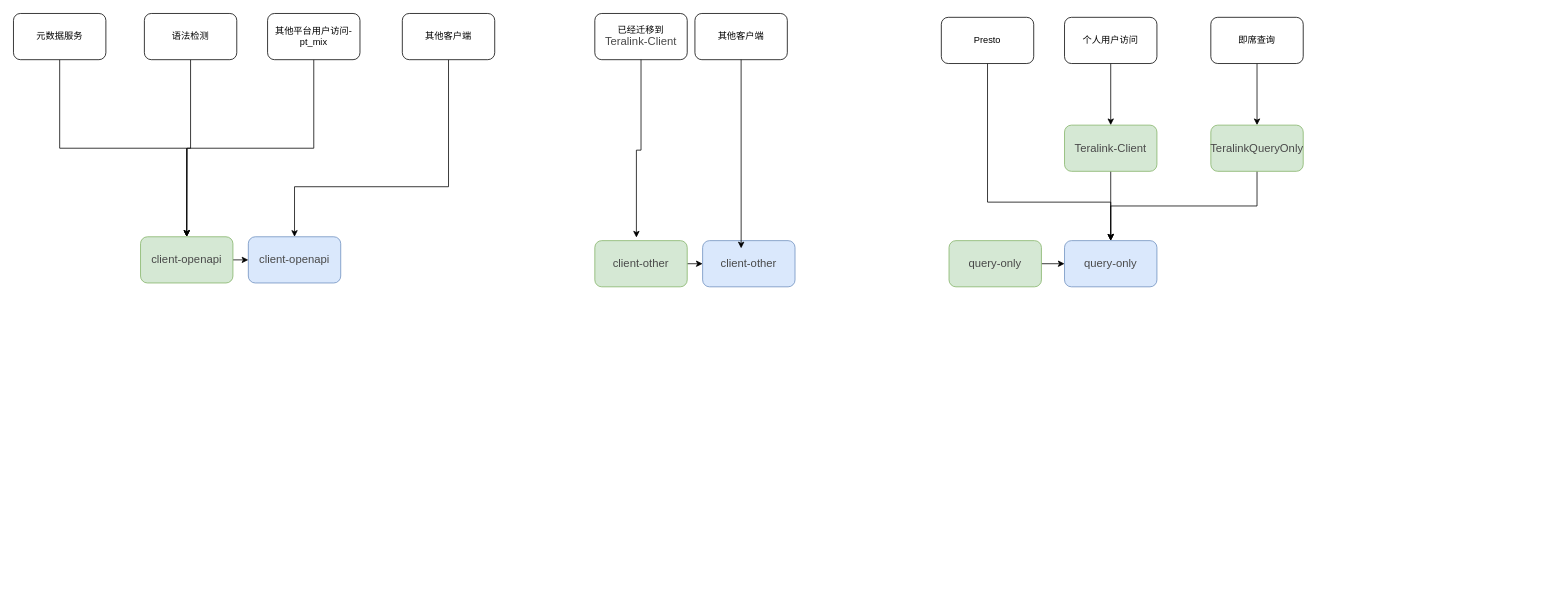
ic4y/diagrams keeps this draw.io diagram as teralink网络拓扑.drawio. Above is the earlier version. Source tidied: cells renumbered, new cells numbered last; positions are measured from the earlier drawing's top-left corner, leaving out a move shared by most shapes. Both pictures are drawn from the tidied source at 77%, with x=0, y=0 at pixel (13, 13).
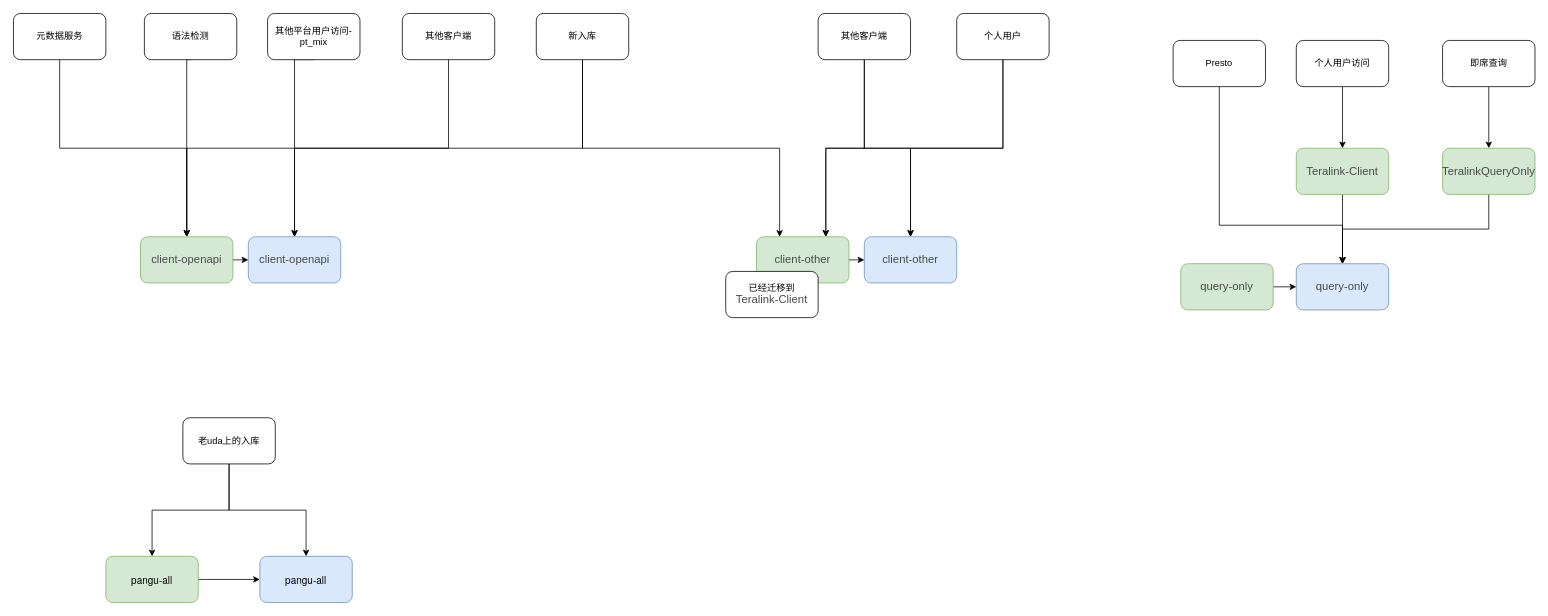
The same diagram, later.

Commit message:
更新teralink网络拓扑.drawio

Unchanged cells that the change refers to:
```xml
<mxCell id="2" value="&lt;span&gt;&lt;p style=&quot;line-height: 100%;margin-bottom: 0pt;margin-top: 0pt;text-align: left;font-size: 11pt;color: #494949;&quot; class=&quot;ql-align-left ql-direction-ltr&quot; align=&quot;left&quot;&gt;&lt;span class=&quot;ql-author-10000003088&quot;&gt;client&lt;/span&gt;&lt;span class=&quot;ql-author-10000000992&quot;&gt;-openapi&lt;/span&gt;&lt;/p&gt;&lt;/span&gt;" style="rounded=1;whiteSpace=wrap;html=1;fillColor=#dae8fc;strokeColor=#6c8ebf;" parent="1" vertex="1">
  <mxGeometry x="305" y="290" width="120" height="60" as="geometry" />
</mxCell>
<mxCell id="6" value="&lt;span&gt;&lt;p style=&quot;line-height: 100%;margin-bottom: 0pt;margin-top: 0pt;text-align: left;font-size: 11pt;color: #494949;&quot; class=&quot;ql-align-left ql-direction-ltr&quot; align=&quot;left&quot;&gt;&lt;span class=&quot;ql-author-10000003088&quot;&gt;client&lt;/span&gt;&lt;span class=&quot;ql-author-10000000992&quot;&gt;-openapi&lt;/span&gt;&lt;/p&gt;&lt;/span&gt;" style="rounded=1;whiteSpace=wrap;html=1;fillColor=#d5e8d4;strokeColor=#82b366;" parent="1" vertex="1">
  <mxGeometry x="165" y="290" width="120" height="60" as="geometry" />
</mxCell>
<mxCell id="16" value="语法检测" style="rounded=1;whiteSpace=wrap;html=1;" parent="1" vertex="1">
  <mxGeometry x="170" width="120" height="60" as="geometry" />
</mxCell>
<mxCell id="22" value="其他平台用户访问-pt_mix" style="rounded=1;whiteSpace=wrap;html=1;" parent="1" vertex="1">
  <mxGeometry x="330" width="120" height="60" as="geometry" />
</mxCell>
<mxCell id="32" value="其他客户端" style="rounded=1;whiteSpace=wrap;html=1;" parent="1" vertex="1">
  <mxGeometry x="505" width="120" height="60" as="geometry" />
</mxCell>
```

The edit, as a diff of the source:
```diff
@@
     <mxCell id="3" value="&lt;span&gt;&lt;p style=&quot;line-height: 100%;margin-bottom: 0pt;margin-top: 0pt;font-size: 11pt;color: #494949;&quot; class=&quot;ql-direction-ltr&quot;&gt;&lt;span class=&quot;ql-author-10000000992&quot;&gt;client-other&lt;/span&gt;&lt;/p&gt;&lt;/span&gt;" style="rounded=1;whiteSpace=wrap;html=1;fillColor=#dae8fc;strokeColor=#6c8ebf;" parent="1" vertex="1">
-      <mxGeometry x="895" y="295" width="120" height="60" as="geometry" />
+      <mxGeometry x="1105" y="290" width="120" height="60" as="geometry" />
     </mxCell>
     <mxCell id="4" value="&lt;span&gt;&lt;p style=&quot;line-height: 100%;margin-bottom: 0pt;margin-top: 0pt;text-align: left;font-size: 11pt;color: #494949;&quot; class=&quot;ql-align-left&quot; align=&quot;left&quot;&gt;&lt;span class=&quot;ql-author-10000003088&quot;&gt;query-only&lt;/span&gt;&lt;/p&gt;&lt;/span&gt;" style="rounded=1;whiteSpace=wrap;html=1;fillColor=#dae8fc;strokeColor=#6c8ebf;" parent="1" vertex="1">
-      <mxGeometry x="1365" y="295" width="120" height="60" as="geometry" />
+      <mxGeometry x="1666" y="325" width="120" height="60" as="geometry" />
     </mxCell>
@@
     <mxCell id="8" value="&lt;span&gt;&lt;p style=&quot;line-height: 100%;margin-bottom: 0pt;margin-top: 0pt;font-size: 11pt;color: #494949;&quot; class=&quot;ql-direction-ltr&quot;&gt;&lt;span class=&quot;ql-author-10000000992&quot;&gt;client-other&lt;/span&gt;&lt;/p&gt;&lt;/span&gt;" style="rounded=1;whiteSpace=wrap;html=1;fillColor=#d5e8d4;strokeColor=#82b366;" parent="1" vertex="1">
-      <mxGeometry x="755" y="295" width="120" height="60" as="geometry" />
+      <mxGeometry x="965" y="290" width="120" height="60" as="geometry" />
     </mxCell>
@@
     <mxCell id="10" value="&lt;span&gt;&lt;p style=&quot;line-height: 100%;margin-bottom: 0pt;margin-top: 0pt;text-align: left;font-size: 11pt;color: #494949;&quot; class=&quot;ql-align-left&quot; align=&quot;left&quot;&gt;&lt;span class=&quot;ql-author-10000003088&quot;&gt;query-only&lt;/span&gt;&lt;/p&gt;&lt;/span&gt;" style="rounded=1;whiteSpace=wrap;html=1;fillColor=#d5e8d4;strokeColor=#82b366;" parent="1" vertex="1">
-      <mxGeometry x="1215" y="295" width="120" height="60" as="geometry" />
+      <mxGeometry x="1516" y="325" width="120" height="60" as="geometry" />
     </mxCell>
@@
     <mxCell id="12" value="即席查询" style="rounded=1;whiteSpace=wrap;html=1;" parent="1" vertex="1">
-      <mxGeometry x="1555" y="5" width="120" height="60" as="geometry" />
+      <mxGeometry x="1856" y="35" width="120" height="60" as="geometry" />
     </mxCell>
@@
     <mxCell id="15" style="edgeStyle=orthogonalEdgeStyle;rounded=0;jettySize=auto;html=1;exitX=0.5;exitY=1;exitDx=0;exitDy=0;entryX=0.5;entryY=0;entryDx=0;entryDy=0;" parent="1" edge="1" source="16" target="6">
-      <mxGeometry relative="1" as="geometry" />
+      <mxGeometry relative="1" as="geometry">
+        <Array as="points">
+          <mxPoint x="225" y="60" />
+        </Array>
+      </mxGeometry>
     </mxCell>
@@
     <mxCell id="18" value="&lt;span&gt;&lt;p style=&quot;line-height: 100%; margin-bottom: 0pt; margin-top: 0pt; text-align: left; font-size: 11pt; color: rgb(73, 73, 73);&quot; class=&quot;ql-align-left&quot; align=&quot;left&quot;&gt;Teralink-Client&lt;/p&gt;&lt;/span&gt;" style="rounded=1;whiteSpace=wrap;html=1;fillColor=#d5e8d4;strokeColor=#82b366;" parent="1" vertex="1">
-      <mxGeometry x="1365" y="145" width="120" height="60" as="geometry" />
+      <mxGeometry x="1666" y="175" width="120" height="60" as="geometry" />
     </mxCell>
@@
     <mxCell id="20" value="&lt;span&gt;&lt;p style=&quot;line-height: 100%; margin-bottom: 0pt; margin-top: 0pt; text-align: left; font-size: 11pt; color: rgb(73, 73, 73);&quot; class=&quot;ql-align-left&quot; align=&quot;left&quot;&gt;TeralinkQueryOnly&lt;/p&gt;&lt;/span&gt;" style="rounded=1;whiteSpace=wrap;html=1;fillColor=#d5e8d4;strokeColor=#82b366;" parent="1" vertex="1">
-      <mxGeometry x="1555" y="145" width="120" height="60" as="geometry" />
+      <mxGeometry x="1856" y="175" width="120" height="60" as="geometry" />
     </mxCell>
     <mxCell id="21" style="edgeStyle=orthogonalEdgeStyle;rounded=0;jettySize=auto;html=1;exitX=0.5;exitY=1;exitDx=0;exitDy=0;" parent="1" edge="1" source="22">
       <mxGeometry relative="1" as="geometry">
         <mxPoint x="225" y="290" as="targetPoint" />
+        <Array as="points">
+          <mxPoint x="365" y="60" />
+          <mxPoint x="365" y="175" />
+          <mxPoint x="225" y="175" />
+        </Array>
       </mxGeometry>
     </mxCell>
@@
     <mxCell id="24" value="个人用户访问" style="rounded=1;whiteSpace=wrap;html=1;" parent="1" vertex="1">
-      <mxGeometry x="1365" y="5" width="120" height="60" as="geometry" />
+      <mxGeometry x="1666" y="35" width="120" height="60" as="geometry" />
     </mxCell>
     <mxCell id="25" style="edgeStyle=orthogonalEdgeStyle;rounded=0;jettySize=auto;html=1;exitX=0.5;exitY=1;exitDx=0;exitDy=0;" parent="1" edge="1" source="26" target="4">
       <mxGeometry relative="1" as="geometry">
         <Array as="points">
-          <mxPoint x="1265" y="245" />
-          <mxPoint x="1425" y="245" />
+          <mxPoint x="1566" y="275" />
+          <mxPoint x="1726" y="275" />
         </Array>
       </mxGeometry>
     </mxCell>
     <mxCell id="26" value="Presto" style="rounded=1;whiteSpace=wrap;html=1;" parent="1" vertex="1">
-      <mxGeometry x="1205" y="5" width="120" height="60" as="geometry" />
+      <mxGeometry x="1506" y="35" width="120" height="60" as="geometry" />
     </mxCell>
+    <mxCell id="33" style="edgeStyle=orthogonalEdgeStyle;rounded=0;jettySize=auto;html=1;exitX=0.5;exitY=1;exitDx=0;exitDy=0;entryX=0.75;entryY=0;entryDx=0;entryDy=0;" parent="1" edge="1" source="27" target="8">
+      <mxGeometry relative="1" as="geometry" />
+    </mxCell>
+    <mxCell id="28" style="edgeStyle=orthogonalEdgeStyle;rounded=0;jettySize=auto;html=1;exitX=0.5;exitY=1;exitDx=0;exitDy=0;entryX=0.5;entryY=0;entryDx=0;entryDy=0;" parent="1" edge="1" source="27" target="3">
+      <mxGeometry relative="1" as="geometry" />
+    </mxCell>
     <mxCell id="27" value="其他客户端" style="rounded=1;whiteSpace=wrap;html=1;" parent="1" vertex="1">
-      <mxGeometry x="885" width="120" height="60" as="geometry" />
+      <mxGeometry x="1045" width="120" height="60" as="geometry" />
     </mxCell>
-    <mxCell id="28" style="edgeStyle=orthogonalEdgeStyle;rounded=0;jettySize=auto;html=1;exitX=0.5;exitY=1;exitDx=0;exitDy=0;entryX=0.417;entryY=0.167;entryDx=0;entryDy=0;entryPerimeter=0;" parent="1" edge="1" source="27" target="3">
-      <mxGeometry relative="1" as="geometry" />
-    </mxCell>
     <mxCell id="29" value="已经迁移到&lt;br&gt;&lt;span style=&quot;color: rgb(73, 73, 73); font-size: 14.6667px; text-align: left;&quot;&gt;Teralink-Client&lt;/span&gt;" style="rounded=1;whiteSpace=wrap;html=1;" parent="1" vertex="1">
-      <mxGeometry x="755" width="120" height="60" as="geometry" />
+      <mxGeometry x="925" y="335" width="120" height="60" as="geometry" />
     </mxCell>
-    <mxCell id="30" style="edgeStyle=orthogonalEdgeStyle;rounded=0;jettySize=auto;html=1;exitX=0.5;exitY=1;exitDx=0;exitDy=0;entryX=0.45;entryY=-0.067;entryDx=0;entryDy=0;entryPerimeter=0;" parent="1" edge="1" source="29" target="8">
-      <mxGeometry relative="1" as="geometry" />
-    </mxCell>
     <mxCell id="31" style="edgeStyle=orthogonalEdgeStyle;rounded=0;jettySize=auto;html=1;exitX=0.5;exitY=1;exitDx=0;exitDy=0;entryX=0.5;entryY=0;entryDx=0;entryDy=0;" parent="1" edge="1" source="32" target="2">
       <mxGeometry relative="1" as="geometry">
         <Array as="points">
-          <mxPoint x="565" y="225" />
-          <mxPoint x="365" y="225" />
+          <mxPoint x="565" y="175" />
+          <mxPoint x="365" y="175" />
         </Array>
       </mxGeometry>
     </mxCell>
@@
+    <mxCell id="34" style="edgeStyle=orthogonalEdgeStyle;rounded=0;jettySize=auto;html=1;exitX=0.5;exitY=1;exitDx=0;exitDy=0;entryX=0.5;entryY=0;entryDx=0;entryDy=0;" parent="1" edge="1" source="36" target="38">
+      <mxGeometry relative="1" as="geometry" />
+    </mxCell>
+    <mxCell id="35" style="edgeStyle=orthogonalEdgeStyle;rounded=0;jettySize=auto;html=1;exitX=0.5;exitY=1;exitDx=0;exitDy=0;entryX=0.5;entryY=0;entryDx=0;entryDy=0;" parent="1" edge="1" source="36" target="39">
+      <mxGeometry relative="1" as="geometry" />
+    </mxCell>
+    <mxCell id="36" value="老uda上的入库" style="rounded=1;whiteSpace=wrap;html=1;" parent="1" vertex="1">
+      <mxGeometry x="220" y="525" width="120" height="60" as="geometry" />
+    </mxCell>
+    <mxCell id="37" style="edgeStyle=orthogonalEdgeStyle;rounded=0;jettySize=auto;html=1;exitX=1;exitY=0.5;exitDx=0;exitDy=0;entryX=0;entryY=0.5;entryDx=0;entryDy=0;" parent="1" edge="1" source="38" target="39">
+      <mxGeometry relative="1" as="geometry" />
+    </mxCell>
+    <mxCell id="38" value="&lt;p style=&quot;margin: 0px; font-variant-numeric: normal; font-variant-east-asian: normal; font-variant-alternates: normal; font-kerning: auto; font-optical-sizing: auto; font-feature-settings: normal; font-variation-settings: normal; font-variant-position: normal; font-stretch: normal; font-size: 13px; line-height: normal; font-family: &amp;quot;Helvetica Neue&amp;quot;; text-align: start;&quot; class=&quot;p1&quot;&gt;pangu-all&lt;/p&gt;" style="rounded=1;whiteSpace=wrap;html=1;fillColor=#d5e8d4;strokeColor=#82b366;" parent="1" vertex="1">
+      <mxGeometry x="120" y="705" width="120" height="60" as="geometry" />
+    </mxCell>
+    <mxCell id="39" value="&lt;p style=&quot;margin: 0px; font-variant-numeric: normal; font-variant-east-asian: normal; font-variant-alternates: normal; font-kerning: auto; font-optical-sizing: auto; font-feature-settings: normal; font-variation-settings: normal; font-variant-position: normal; font-stretch: normal; font-size: 13px; line-height: normal; font-family: &amp;quot;Helvetica Neue&amp;quot;; text-align: start;&quot; class=&quot;p1&quot;&gt;pangu-all&lt;/p&gt;" style="rounded=1;whiteSpace=wrap;html=1;fillColor=#dae8fc;strokeColor=#6c8ebf;" parent="1" vertex="1">
+      <mxGeometry x="320" y="705" width="120" height="60" as="geometry" />
+    </mxCell>
+    <mxCell id="40" style="edgeStyle=orthogonalEdgeStyle;rounded=0;jettySize=auto;html=1;exitX=0.5;exitY=1;exitDx=0;exitDy=0;entryX=0.5;entryY=0;entryDx=0;entryDy=0;" parent="1" edge="1" source="42" target="2">
+      <mxGeometry relative="1" as="geometry" />
+    </mxCell>
+    <mxCell id="41" style="edgeStyle=orthogonalEdgeStyle;rounded=0;jettySize=auto;html=1;exitX=0.5;exitY=1;exitDx=0;exitDy=0;entryX=0.25;entryY=0;entryDx=0;entryDy=0;" parent="1" edge="1" source="42" target="8">
+      <mxGeometry relative="1" as="geometry" />
+    </mxCell>
+    <mxCell id="42" value="新入库" style="rounded=1;whiteSpace=wrap;html=1;" parent="1" vertex="1">
+      <mxGeometry x="679" width="120" height="60" as="geometry" />
+    </mxCell>
+    <mxCell id="43" style="edgeStyle=orthogonalEdgeStyle;rounded=0;jettySize=auto;html=1;exitX=0.5;exitY=1;exitDx=0;exitDy=0;entryX=0.75;entryY=0;entryDx=0;entryDy=0;" parent="1" edge="1" source="45" target="8">
+      <mxGeometry relative="1" as="geometry" />
+    </mxCell>
+    <mxCell id="44" style="edgeStyle=orthogonalEdgeStyle;rounded=0;jettySize=auto;html=1;exitX=0.5;exitY=1;exitDx=0;exitDy=0;entryX=0.5;entryY=0;entryDx=0;entryDy=0;" parent="1" edge="1" source="45" target="3">
+      <mxGeometry relative="1" as="geometry" />
+    </mxCell>
+    <mxCell id="45" value="个人用户" style="rounded=1;whiteSpace=wrap;html=1;" parent="1" vertex="1">
+      <mxGeometry x="1225" width="120" height="60" as="geometry" />
+    </mxCell>
```
